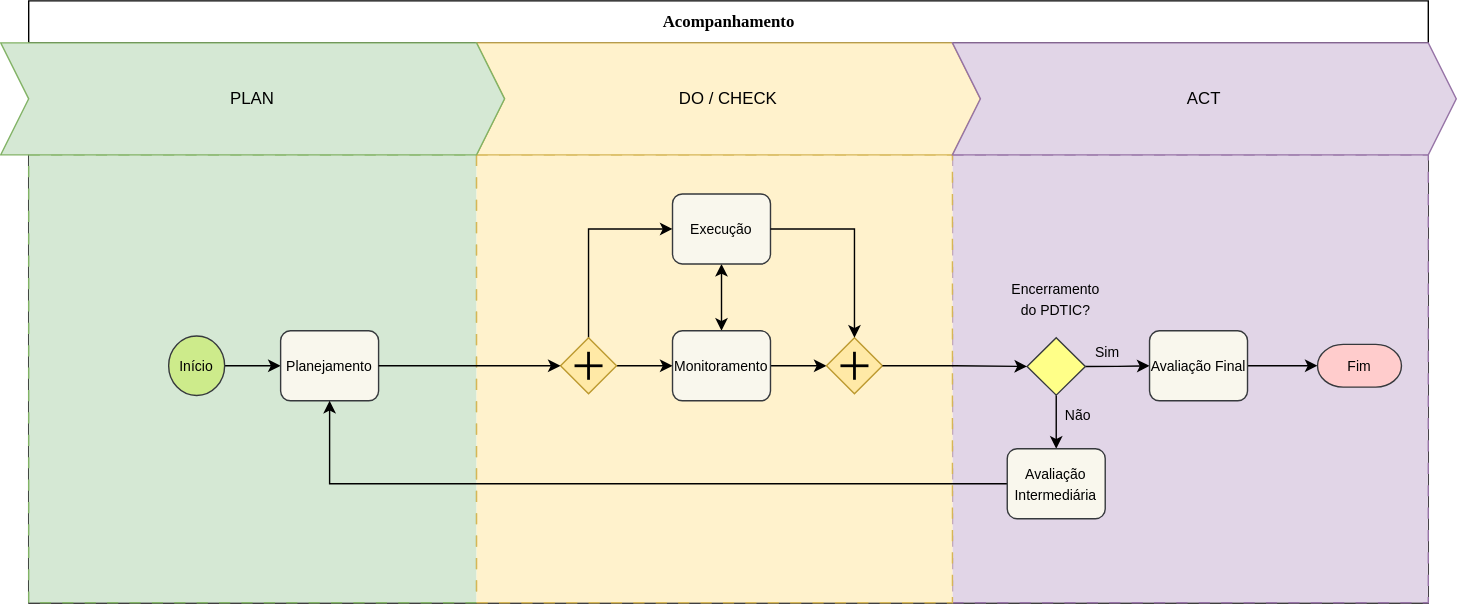
The draw.io diagram fluxo_acompanhamento.drawio.svg in Bariand/diagramas-gestao-ufpel, before a commit. Source tidied: cells renumbered, new cells last; positions are measured from the earlier drawing's top-left corner, leaving out a move shared by most shapes.
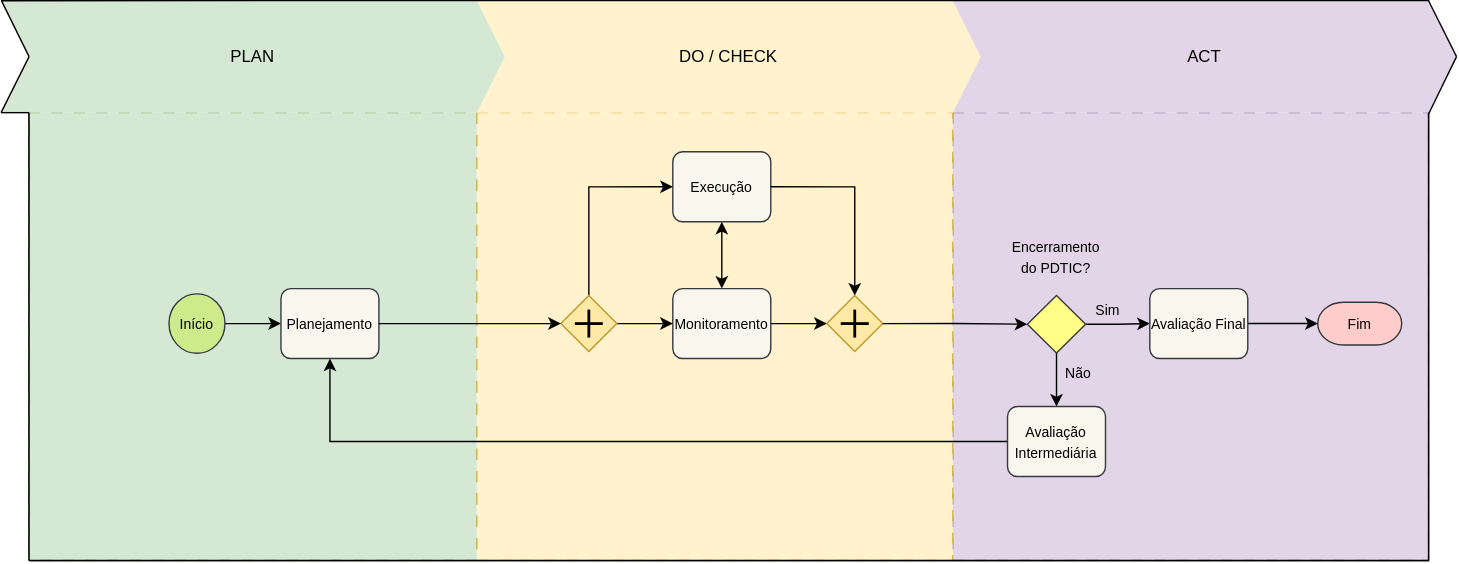
After the commit.

What changed in the source:
```diff
@@ -2,9 +2,6 @@
   <root>
     <mxCell id="0" />
     <mxCell id="1" parent="0" />
-    <mxCell id="2" value="&lt;font style=&quot;font-size: 12px;&quot;&gt;Acompanhamento&lt;/font&gt;" style="swimlane;html=1;horizontal=1;startSize=30;rounded=0;shadow=0;labelBackgroundColor=none;strokeWidth=1;fontFamily=Verdana;fontSize=7;align=center;swimlaneLine=1;glass=0;swimlaneHead=1;swimlaneBody=1;fillColor=none;strokeColor=light-dark(#000000,#000000);fontColor=light-dark(#000000,#000000);" parent="1" vertex="1">
-      <mxGeometry x="20" width="1000" height="430" as="geometry" />
-    </mxCell>
     <mxCell id="3" style="swimlane;html=1;startSize=0;horizontal=0;fontFamily=Verdana;fontSize=7;strokeWidth=1;fillColor=light-dark(#FFFFFF,#FFFFFF);strokeColor=light-dark(#000000,#000000);swimlaneLine=1;shadow=0;fontColor=light-dark(#000000,#000000);direction=east;" parent="1" vertex="1">
       <mxGeometry x="20" y="30" width="1000" height="400" as="geometry" />
     </mxCell>
@@ -124,14 +121,56 @@
     <mxCell id="37" value="&lt;font style=&quot;font-size: 10px;&quot;&gt;Sim&lt;/font&gt;" style="text;html=1;align=center;verticalAlign=middle;whiteSpace=wrap;rounded=0;" parent="3" vertex="1">
       <mxGeometry x="740.8" y="205.7" width="60" height="30" as="geometry" />
     </mxCell>
-    <mxCell id="38" value="DO / CHECK" style="shape=step;perimeter=stepPerimeter;whiteSpace=wrap;html=1;fixedSize=1;fillColor=#fff2cc;strokeColor=#d6b656;" parent="3" vertex="1">
+    <mxCell id="38" value="DO / CHECK" style="shape=step;perimeter=stepPerimeter;whiteSpace=wrap;html=1;fixedSize=1;fillColor=#fff2cc;strokeColor=none;" parent="3" vertex="1">
       <mxGeometry x="320" width="360" height="80" as="geometry" />
     </mxCell>
-    <mxCell id="39" value="ACT" style="shape=step;perimeter=stepPerimeter;whiteSpace=wrap;html=1;fixedSize=1;fillColor=#e1d5e7;strokeColor=#9673a6;" parent="3" vertex="1">
+    <mxCell id="39" value="ACT" style="shape=step;perimeter=stepPerimeter;whiteSpace=wrap;html=1;fixedSize=1;fillColor=#e1d5e7;strokeColor=none;" parent="3" vertex="1">
       <mxGeometry x="660" width="360" height="80" as="geometry" />
     </mxCell>
-    <mxCell id="40" value="PLAN" style="shape=step;perimeter=stepPerimeter;whiteSpace=wrap;html=1;fixedSize=1;fillColor=#d5e8d4;strokeColor=#82b366;" parent="3" vertex="1">
+    <mxCell id="40" value="PLAN" style="shape=step;perimeter=stepPerimeter;whiteSpace=wrap;html=1;fixedSize=1;fillColor=#d5e8d4;strokeColor=none;" parent="3" vertex="1">
       <mxGeometry x="-20" width="360" height="80" as="geometry" />
     </mxCell>
+    <mxCell id="41" style="endArrow=none;html=1;rounded=0;exitX=1;exitY=1;exitDx=0;exitDy=0;" parent="3" edge="1" source="3">
+      <mxGeometry relative="1" as="geometry">
+        <mxPoint x="1000" y="80" as="targetPoint" />
+      </mxGeometry>
+    </mxCell>
+    <mxCell id="42" style="endArrow=none;html=1;rounded=0;exitX=0;exitY=0.5;exitDx=0;exitDy=0;" parent="3" edge="1" source="40">
+      <mxGeometry relative="1" as="geometry">
+        <mxPoint x="-20" y="80" as="targetPoint" />
+      </mxGeometry>
+    </mxCell>
+    <mxCell id="43" style="endArrow=none;html=1;rounded=0;exitX=0;exitY=0.5;exitDx=0;exitDy=0;entryX=0.001;entryY=0.002;entryDx=0;entryDy=0;entryPerimeter=0;" parent="3" edge="1" source="40" target="40">
+      <mxGeometry relative="1" as="geometry" />
+    </mxCell>
+    <mxCell id="44" style="endArrow=none;html=1;rounded=0;exitX=0.944;exitY=-0.002;exitDx=0;exitDy=0;exitPerimeter=0;" parent="3" edge="1" source="39">
+      <mxGeometry relative="1" as="geometry">
+        <mxPoint x="-20" as="targetPoint" />
+      </mxGeometry>
+    </mxCell>
+    <mxCell id="45" style="endArrow=none;html=1;rounded=0;exitX=0;exitY=1;exitDx=0;exitDy=0;entryX=1;entryY=1;entryDx=0;entryDy=0;" parent="1" edge="1" source="3" target="3">
+      <mxGeometry relative="1" as="geometry" />
+    </mxCell>
+    <mxCell id="46" style="endArrow=none;html=1;rounded=0;entryX=0;entryY=0;entryDx=0;entryDy=0;" parent="1" edge="1" target="5">
+      <mxGeometry relative="1" as="geometry">
+        <mxPoint x="20" y="430" as="sourcePoint" />
+      </mxGeometry>
+    </mxCell>
+    <mxCell id="47" style="endArrow=none;html=1;rounded=0;" parent="1" edge="1">
+      <mxGeometry relative="1" as="geometry">
+        <mxPoint y="110" as="sourcePoint" />
+        <mxPoint x="20" y="110" as="targetPoint" />
+      </mxGeometry>
+    </mxCell>
+    <mxCell id="48" style="endArrow=none;html=1;rounded=0;exitX=1;exitY=0.5;exitDx=0;exitDy=0;" parent="1" edge="1" source="39">
+      <mxGeometry relative="1" as="geometry">
+        <mxPoint x="1020" y="30" as="targetPoint" />
+      </mxGeometry>
+    </mxCell>
+    <mxCell id="49" style="endArrow=none;html=1;rounded=0;exitX=0.945;exitY=1.008;exitDx=0;exitDy=0;exitPerimeter=0;" parent="1" edge="1" source="39">
+      <mxGeometry relative="1" as="geometry">
+        <mxPoint x="1040" y="70" as="targetPoint" />
+      </mxGeometry>
+    </mxCell>
   </root>
 </mxGraphModel>
```
